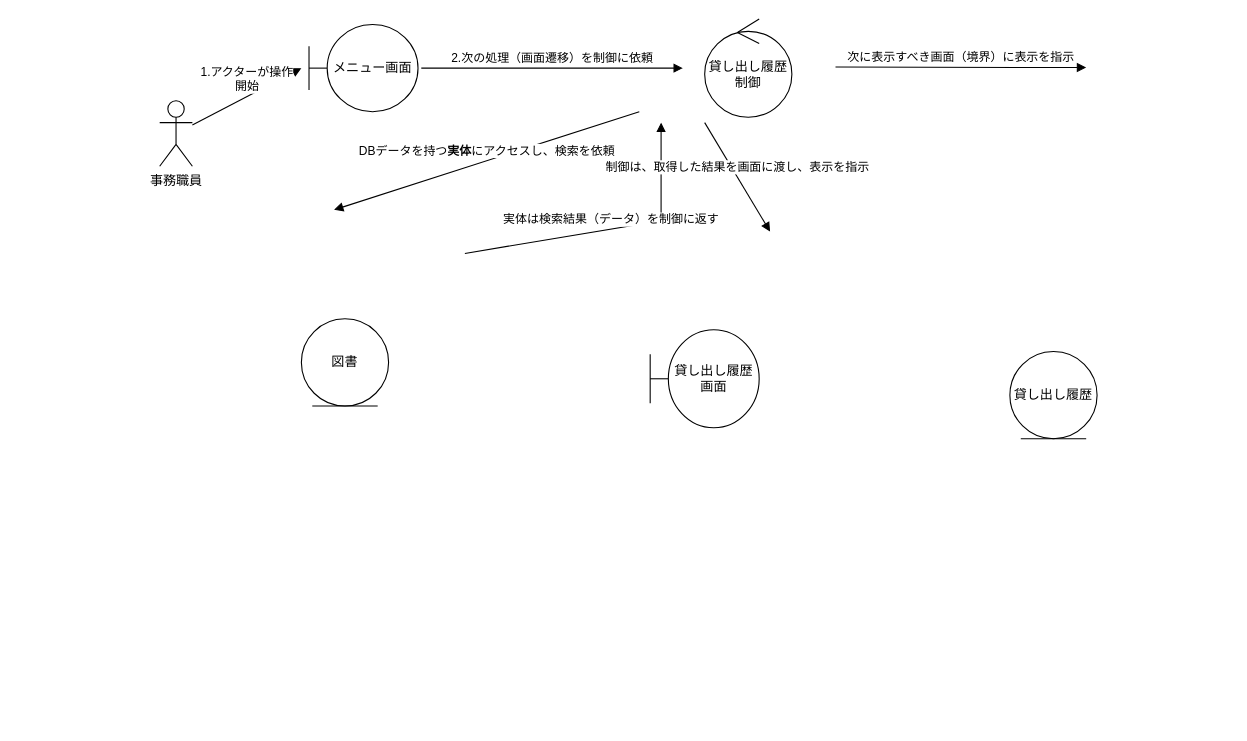
Earlier version of the draw.io diagram roba_04.drawio (mameiku/group3-4-No.2). Source tidied: cells renumbered, new cells numbered last; positions are measured from the earlier drawing's top-left corner, leaving out a move shared by most shapes. Both pictures are drawn from the tidied source at 109%, with x=0, y=0 at pixel (159, 19).
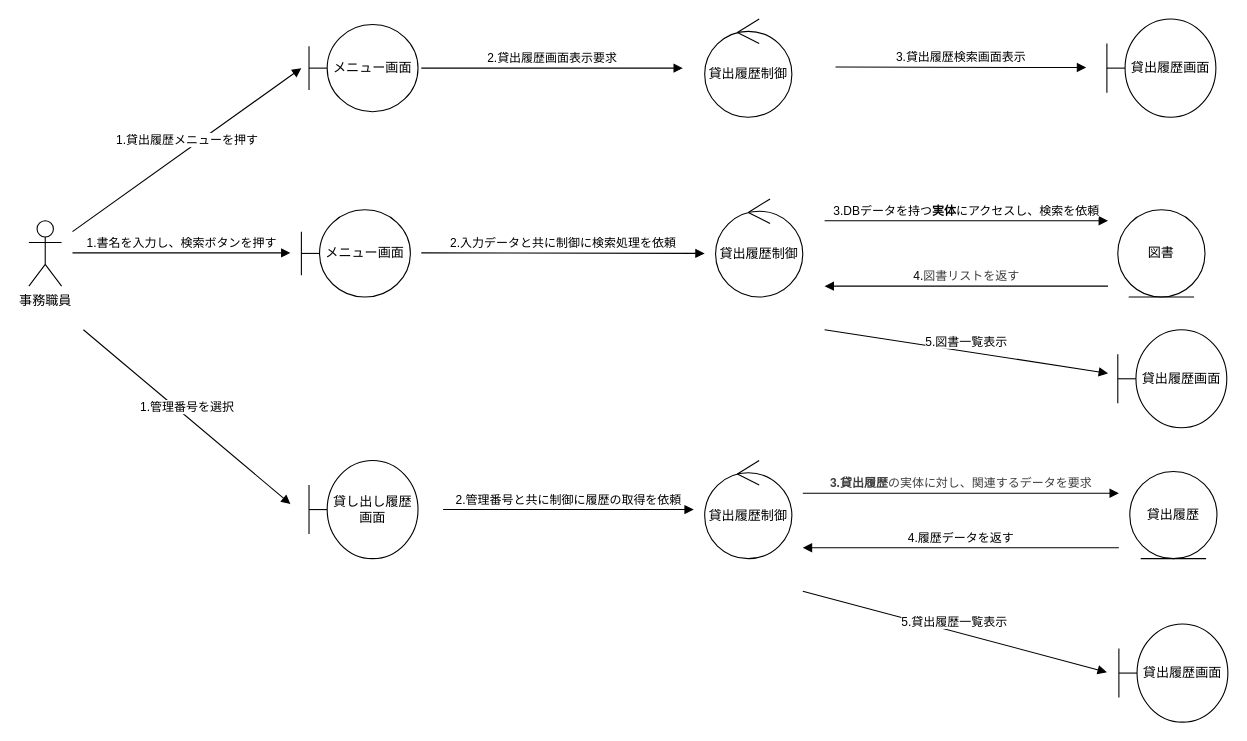
Above is the later version.

Commit message:
色なし変更

The edit, as a diff of the source:
```diff
@@
     <mxCell id="2" value="事務職員" style="shape=umlActor;verticalLabelPosition=bottom;verticalAlign=top;html=1;" parent="1" vertex="1">
-      <mxGeometry y="75" width="30" height="60" as="geometry" />
+      <mxGeometry x="-120" y="185" width="30" height="60" as="geometry" />
     </mxCell>
@@
-    <mxCell id="4" value="貸し出し履歴画面" style="shape=umlBoundary;whiteSpace=wrap;html=1;" parent="1" vertex="1">
-      <mxGeometry x="450" y="285" width="100" height="90" as="geometry" />
+    <mxCell id="4" value="貸出履歴画面" style="shape=umlBoundary;whiteSpace=wrap;html=1;" parent="1" vertex="1">
+      <mxGeometry x="869" width="100" height="90" as="geometry" />
     </mxCell>
-    <mxCell id="5" value="貸し出し履歴制御" style="ellipse;shape=umlControl;whiteSpace=wrap;html=1;" parent="1" vertex="1">
+    <mxCell id="5" value="貸出履歴制御" style="ellipse;shape=umlControl;whiteSpace=wrap;html=1;" parent="1" vertex="1">
       <mxGeometry x="500" width="80" height="90" as="geometry" />
     </mxCell>
     <mxCell id="6" value="図書" style="ellipse;shape=umlEntity;whiteSpace=wrap;html=1;" parent="1" vertex="1">
-      <mxGeometry x="130" y="275" width="80" height="80" as="geometry" />
+      <mxGeometry x="879" y="175" width="80" height="80" as="geometry" />
     </mxCell>
-    <mxCell id="7" value="貸し出し履歴" style="ellipse;shape=umlEntity;whiteSpace=wrap;html=1;" parent="1" vertex="1">
-      <mxGeometry x="780" y="305" width="80" height="80" as="geometry" />
-    </mxCell>
-    <mxCell id="8" value="1.アクターが操作&lt;div&gt;開始&lt;/div&gt;" style="html=1;verticalAlign=bottom;endArrow=block;curved=0;rounded=0;" parent="1" edge="1" source="2">
+    <mxCell id="8" value="1.貸出履歴メニューを押す" style="html=1;verticalAlign=bottom;endArrow=block;curved=0;rounded=0;" parent="1" edge="1">
       <mxGeometry relative="1" as="geometry">
+        <mxPoint x="-80" y="195" as="sourcePoint" />
         <mxPoint x="130" y="45" as="targetPoint" />
       </mxGeometry>
     </mxCell>
-    <mxCell id="9" value="2.次の処理（画面遷移）を制御に依頼" style="html=1;verticalAlign=bottom;endArrow=block;curved=0;rounded=0;" parent="1" edge="1">
+    <mxCell id="9" value="2.貸出履歴画面表示要求" style="html=1;verticalAlign=bottom;endArrow=block;curved=0;rounded=0;" parent="1" edge="1">
       <mxGeometry relative="1" as="geometry">
         <mxPoint x="240" y="45" as="sourcePoint" />
         <mxPoint x="480" y="45" as="targetPoint" />
       </mxGeometry>
     </mxCell>
-    <mxCell id="10" value="次に表示すべき画面（境界）に表示を指示" style="html=1;verticalAlign=bottom;endArrow=block;curved=0;rounded=0;" parent="1" edge="1">
+    <mxCell id="10" value="3.貸出履歴検索画面表示" style="html=1;verticalAlign=bottom;endArrow=block;curved=0;rounded=0;" parent="1" edge="1">
       <mxGeometry relative="1" as="geometry">
         <mxPoint x="620" y="44" as="sourcePoint" />
         <mxPoint x="850" y="44.5" as="targetPoint" />
       </mxGeometry>
     </mxCell>
-    <mxCell id="11" value="DBデータを持つ&lt;b&gt;実体&lt;/b&gt;にアクセスし、検索を依頼" style="html=1;verticalAlign=bottom;endArrow=block;curved=0;rounded=0;" parent="1" edge="1">
-      <mxGeometry relative="1" as="geometry">
-        <mxPoint x="440" y="85" as="sourcePoint" />
-        <mxPoint x="160" y="175" as="targetPoint" />
-      </mxGeometry>
-    </mxCell>
-    <mxCell id="12" value="実体は検索結果（データ）を制御に返す" style="html=1;verticalAlign=bottom;endArrow=block;curved=0;rounded=0;" parent="1" edge="1">
-      <mxGeometry relative="1" as="geometry">
-        <mxPoint x="280" y="215" as="sourcePoint" />
-        <mxPoint x="460" y="95" as="targetPoint" />
-        <Array as="points">
-          <mxPoint x="460" y="185" />
-        </Array>
-      </mxGeometry>
-    </mxCell>
-    <mxCell id="13" value="制御は、取得した結果を画面に渡し、表示を指示" style="html=1;verticalAlign=bottom;endArrow=block;curved=0;rounded=0;" parent="1" edge="1">
-      <mxGeometry relative="1" as="geometry">
-        <mxPoint x="500" y="95" as="sourcePoint" />
-        <mxPoint x="560" y="195" as="targetPoint" />
-      </mxGeometry>
-    </mxCell>
+    <mxCell id="14" value="メニュー画面" style="shape=umlBoundary;whiteSpace=wrap;html=1;" parent="1" vertex="1">
+      <mxGeometry x="130" y="175" width="100" height="80" as="geometry" />
+    </mxCell>
+    <mxCell id="15" value="1.書名を入力し、検索ボタンを押す" style="html=1;verticalAlign=bottom;endArrow=block;curved=0;rounded=0;" parent="1" edge="1">
+      <mxGeometry relative="1" as="geometry">
+        <mxPoint x="-80" y="214.5" as="sourcePoint" />
+        <mxPoint x="120" y="214.5" as="targetPoint" />
+      </mxGeometry>
+    </mxCell>
+    <mxCell id="16" value="貸出履歴制御" style="ellipse;shape=umlControl;whiteSpace=wrap;html=1;" parent="1" vertex="1">
+      <mxGeometry x="510" y="165" width="80" height="90" as="geometry" />
+    </mxCell>
+    <mxCell id="17" value="2.入力データと共に制御に検索処理を依頼" style="html=1;verticalAlign=bottom;endArrow=block;curved=0;rounded=0;" parent="1" edge="1">
+      <mxGeometry relative="1" as="geometry">
+        <mxPoint x="240" y="214.5" as="sourcePoint" />
+        <mxPoint x="500" y="215" as="targetPoint" />
+      </mxGeometry>
+    </mxCell>
+    <mxCell id="18" value="3.DBデータを持つ&lt;b&gt;実体&lt;/b&gt;にアクセスし、検索を依頼" style="html=1;verticalAlign=bottom;endArrow=block;curved=0;rounded=0;" parent="1" edge="1">
+      <mxGeometry relative="1" as="geometry">
+        <mxPoint x="610" y="185" as="sourcePoint" />
+        <mxPoint x="870" y="185" as="targetPoint" />
+      </mxGeometry>
+    </mxCell>
+    <mxCell id="19" value="4.&lt;span style=&quot;color: rgb(63, 63, 63); background-color: light-dark(#ffffff, var(--ge-dark-color, #121212));&quot;&gt;図書リストを返す&lt;/span&gt;" style="html=1;verticalAlign=bottom;endArrow=block;curved=0;rounded=0;" parent="1" edge="1">
+      <mxGeometry relative="1" as="geometry">
+        <mxPoint x="870" y="245" as="sourcePoint" />
+        <mxPoint x="610" y="245" as="targetPoint" />
+      </mxGeometry>
+    </mxCell>
+    <mxCell id="20" value="5.図書一覧表示" style="html=1;verticalAlign=bottom;endArrow=block;curved=0;rounded=0;" parent="1" edge="1">
+      <mxGeometry relative="1" as="geometry">
+        <mxPoint x="610" y="285" as="sourcePoint" />
+        <mxPoint x="870" y="325" as="targetPoint" />
+      </mxGeometry>
+    </mxCell>
+    <mxCell id="21" value="貸し出し履歴画面" style="shape=umlBoundary;whiteSpace=wrap;html=1;" parent="1" vertex="1">
+      <mxGeometry x="137" y="405" width="100" height="90" as="geometry" />
+    </mxCell>
+    <mxCell id="22" value="1.管理番号を選択" style="html=1;verticalAlign=bottom;endArrow=block;curved=0;rounded=0;" parent="1" edge="1">
+      <mxGeometry relative="1" as="geometry">
+        <mxPoint x="-70" y="285" as="sourcePoint" />
+        <mxPoint x="120" y="445" as="targetPoint" />
+      </mxGeometry>
+    </mxCell>
+    <mxCell id="23" value="貸出履歴制御" style="ellipse;shape=umlControl;whiteSpace=wrap;html=1;" parent="1" vertex="1">
+      <mxGeometry x="500" y="405" width="80" height="90" as="geometry" />
+    </mxCell>
+    <mxCell id="24" value="2.管理番号と共に制御に履歴の取得を依頼" style="html=1;verticalAlign=bottom;endArrow=block;curved=0;rounded=0;" parent="1" edge="1">
+      <mxGeometry relative="1" as="geometry">
+        <mxPoint x="260" y="450" as="sourcePoint" />
+        <mxPoint x="490" y="450" as="targetPoint" />
+      </mxGeometry>
+    </mxCell>
+    <mxCell id="25" value="貸出履歴" style="ellipse;shape=umlEntity;whiteSpace=wrap;html=1;" parent="1" vertex="1">
+      <mxGeometry x="890" y="415" width="80" height="80" as="geometry" />
+    </mxCell>
+    <mxCell id="26" value="&lt;span style=&quot;color: rgb(63, 63, 63); background-color: light-dark(#ffffff, var(--ge-dark-color, #121212));&quot;&gt;&lt;b&gt;3.貸出履歴&lt;/b&gt;の実体に対し、関連するデータを要求&lt;/span&gt;" style="html=1;verticalAlign=bottom;endArrow=block;curved=0;rounded=0;" parent="1" edge="1">
+      <mxGeometry relative="1" as="geometry">
+        <mxPoint x="590" y="435" as="sourcePoint" />
+        <mxPoint x="880" y="435" as="targetPoint" />
+      </mxGeometry>
+    </mxCell>
+    <mxCell id="27" value="4.履歴データを返す" style="html=1;verticalAlign=bottom;endArrow=block;curved=0;rounded=0;" parent="1" edge="1">
+      <mxGeometry relative="1" as="geometry">
+        <mxPoint x="880" y="485" as="sourcePoint" />
+        <mxPoint x="590" y="485" as="targetPoint" />
+      </mxGeometry>
+    </mxCell>
+    <mxCell id="28" value="5.貸出履歴一覧表示" style="html=1;verticalAlign=bottom;endArrow=block;curved=0;rounded=0;" parent="1" edge="1">
+      <mxGeometry relative="1" as="geometry">
+        <mxPoint x="590" y="525" as="sourcePoint" />
+        <mxPoint x="869" y="599.2" as="targetPoint" />
+      </mxGeometry>
+    </mxCell>
+    <mxCell id="29" value="貸出履歴画面" style="shape=umlBoundary;whiteSpace=wrap;html=1;" parent="1" vertex="1">
+      <mxGeometry x="879" y="285" width="100" height="90" as="geometry" />
+    </mxCell>
+    <mxCell id="30" value="貸出履歴画面" style="shape=umlBoundary;whiteSpace=wrap;html=1;" parent="1" vertex="1">
+      <mxGeometry x="880" y="555" width="100" height="90" as="geometry" />
+    </mxCell>
```
